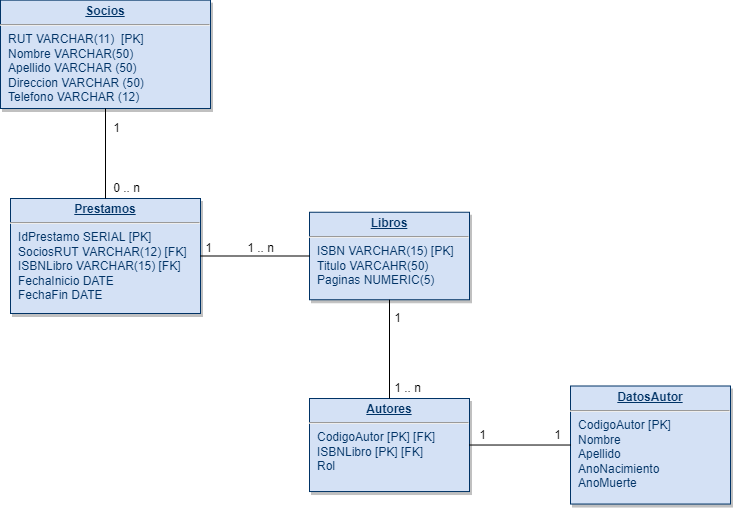
This is M7_DB/examen_modulo/Modelo Fisico.drawio.png from lmunozm1702/DesLat_M7M8, a draw.io export, as it was before one commit. Source tidied: cells renumbered, new cells last; positions are measured from the earlier drawing's top-left corner, leaving out a move shared by most shapes.
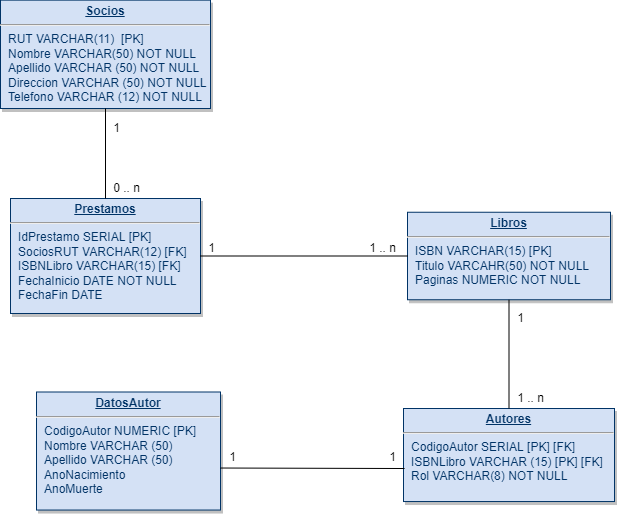
The same file after the commit.

Diff of the diagram source:
```diff
@@ -2,20 +2,20 @@
   <root>
     <mxCell id="0" />
     <mxCell id="1" parent="0" />
-    <mxCell id="2" value="&lt;p style=&quot;margin: 0px; margin-top: 4px; text-align: center; text-decoration: underline;&quot;&gt;&lt;b&gt;Libros&lt;/b&gt;&lt;/p&gt;&lt;hr&gt;&lt;p style=&quot;margin: 0px; margin-left: 8px;&quot;&gt;ISBN VARCHAR(15) [PK]&lt;/p&gt;&lt;p style=&quot;margin: 0px; margin-left: 8px;&quot;&gt;Titulo VARCAHR(50)&lt;/p&gt;&lt;p style=&quot;margin: 0px; margin-left: 8px;&quot;&gt;Paginas NUMERIC(5)&lt;/p&gt;" style="verticalAlign=top;align=left;overflow=fill;fontSize=12;fontFamily=Helvetica;html=1;strokeColor=#003366;shadow=1;fillColor=#D4E1F5;fontColor=#003366;" parent="1" vertex="1">
-      <mxGeometry x="309" y="211.8" width="160" height="87.5" as="geometry" />
+    <mxCell id="2" value="&lt;p style=&quot;margin: 0px; margin-top: 4px; text-align: center; text-decoration: underline;&quot;&gt;&lt;b&gt;Libros&lt;/b&gt;&lt;/p&gt;&lt;hr&gt;&lt;p style=&quot;margin: 0px; margin-left: 8px;&quot;&gt;ISBN VARCHAR(15) [PK]&lt;/p&gt;&lt;p style=&quot;margin: 0px; margin-left: 8px;&quot;&gt;Titulo VARCAHR(50) NOT NULL&lt;/p&gt;&lt;p style=&quot;margin: 0px; margin-left: 8px;&quot;&gt;Paginas NUMERIC NOT NULL&lt;/p&gt;" style="verticalAlign=top;align=left;overflow=fill;fontSize=12;fontFamily=Helvetica;html=1;strokeColor=#003366;shadow=1;fillColor=#D4E1F5;fontColor=#003366;" parent="1" vertex="1">
+      <mxGeometry x="407" y="211.8" width="203" height="87.5" as="geometry" />
     </mxCell>
-    <mxCell id="3" value="&lt;p style=&quot;margin: 0px; margin-top: 4px; text-align: center; text-decoration: underline;&quot;&gt;&lt;strong&gt;Prestamos&lt;/strong&gt;&lt;/p&gt;&lt;hr&gt;&lt;p style=&quot;margin: 0px; margin-left: 8px;&quot;&gt;IdPrestamo SERIAL [PK]&lt;/p&gt;&lt;p style=&quot;margin: 0px; margin-left: 8px;&quot;&gt;SociosRUT VARCHAR(12) [FK]&lt;/p&gt;&lt;p style=&quot;margin: 0px; margin-left: 8px;&quot;&gt;ISBNLibro VARCHAR(15) [FK]&lt;/p&gt;&lt;p style=&quot;margin: 0px; margin-left: 8px;&quot;&gt;FechaInicio DATE&lt;/p&gt;&lt;p style=&quot;margin: 0px; margin-left: 8px;&quot;&gt;FechaFin DATE&lt;/p&gt;" style="verticalAlign=top;align=left;overflow=fill;fontSize=12;fontFamily=Helvetica;html=1;strokeColor=#003366;shadow=1;fillColor=#D4E1F5;fontColor=#003366;" parent="1" vertex="1">
+    <mxCell id="3" value="&lt;p style=&quot;margin: 0px; margin-top: 4px; text-align: center; text-decoration: underline;&quot;&gt;&lt;strong&gt;Prestamos&lt;/strong&gt;&lt;/p&gt;&lt;hr&gt;&lt;p style=&quot;margin: 0px; margin-left: 8px;&quot;&gt;IdPrestamo SERIAL [PK]&lt;/p&gt;&lt;p style=&quot;margin: 0px; margin-left: 8px;&quot;&gt;SociosRUT VARCHAR(12) [FK]&lt;/p&gt;&lt;p style=&quot;margin: 0px; margin-left: 8px;&quot;&gt;ISBNLibro VARCHAR(15) [FK]&lt;/p&gt;&lt;p style=&quot;margin: 0px; margin-left: 8px;&quot;&gt;FechaInicio DATE NOT NULL&lt;/p&gt;&lt;p style=&quot;margin: 0px; margin-left: 8px;&quot;&gt;FechaFin DATE&lt;/p&gt;" style="verticalAlign=top;align=left;overflow=fill;fontSize=12;fontFamily=Helvetica;html=1;strokeColor=#003366;shadow=1;fillColor=#D4E1F5;fontColor=#003366;" parent="1" vertex="1">
       <mxGeometry x="10" y="198" width="190" height="115" as="geometry" />
     </mxCell>
-    <mxCell id="4" value="&lt;p style=&quot;margin: 0px; margin-top: 4px; text-align: center; text-decoration: underline;&quot;&gt;&lt;strong&gt;Autores&lt;/strong&gt;&lt;/p&gt;&lt;hr&gt;&lt;p style=&quot;margin: 0px; margin-left: 8px;&quot;&gt;&lt;span style=&quot;background-color: initial;&quot;&gt;CodigoAutor [PK] [FK]&lt;/span&gt;&lt;br&gt;&lt;/p&gt;&lt;p style=&quot;margin: 0px; margin-left: 8px;&quot;&gt;&lt;span style=&quot;background-color: initial;&quot;&gt;ISBNLibro [PK] [FK]&lt;/span&gt;&lt;/p&gt;&lt;p style=&quot;margin: 0px; margin-left: 8px;&quot;&gt;Rol&lt;/p&gt;" style="verticalAlign=top;align=left;overflow=fill;fontSize=12;fontFamily=Helvetica;html=1;strokeColor=#003366;shadow=1;fillColor=#D4E1F5;fontColor=#003366;" parent="1" vertex="1">
-      <mxGeometry x="309" y="398" width="160" height="93" as="geometry" />
+    <mxCell id="4" value="&lt;p style=&quot;margin: 0px; margin-top: 4px; text-align: center; text-decoration: underline;&quot;&gt;&lt;strong&gt;Autores&lt;/strong&gt;&lt;/p&gt;&lt;hr&gt;&lt;p style=&quot;margin: 0px; margin-left: 8px;&quot;&gt;&lt;span style=&quot;background-color: initial;&quot;&gt;CodigoAutor SERIAL [PK] [FK]&lt;/span&gt;&lt;br&gt;&lt;/p&gt;&lt;p style=&quot;margin: 0px; margin-left: 8px;&quot;&gt;&lt;span style=&quot;background-color: initial;&quot;&gt;ISBNLibro VARCHAR (15) [PK] [FK]&lt;/span&gt;&lt;/p&gt;&lt;p style=&quot;margin: 0px; margin-left: 8px;&quot;&gt;Rol VARCHAR(8) NOT NULL&lt;/p&gt;" style="verticalAlign=top;align=left;overflow=fill;fontSize=12;fontFamily=Helvetica;html=1;strokeColor=#003366;shadow=1;fillColor=#D4E1F5;fontColor=#003366;" parent="1" vertex="1">
+      <mxGeometry x="403" y="408" width="211" height="93" as="geometry" />
     </mxCell>
-    <mxCell id="5" value="&lt;p style=&quot;margin: 0px; margin-top: 4px; text-align: center; text-decoration: underline;&quot;&gt;&lt;strong&gt;Socios&lt;/strong&gt;&lt;/p&gt;&lt;hr&gt;&lt;p style=&quot;margin: 0px; margin-left: 8px;&quot;&gt;RUT VARCHAR(11)&amp;nbsp; [PK]&lt;/p&gt;&lt;p style=&quot;margin: 0px; margin-left: 8px;&quot;&gt;Nombre VARCHAR(50)&lt;/p&gt;&lt;p style=&quot;margin: 0px; margin-left: 8px;&quot;&gt;Apellido VARCHAR (50)&lt;/p&gt;&lt;p style=&quot;margin: 0px; margin-left: 8px;&quot;&gt;Direccion VARCHAR (50)&lt;/p&gt;&lt;p style=&quot;margin: 0px; margin-left: 8px;&quot;&gt;Telefono VARCHAR (12)&lt;/p&gt;" style="verticalAlign=top;align=left;overflow=fill;fontSize=12;fontFamily=Helvetica;html=1;strokeColor=#003366;shadow=1;fillColor=#D4E1F5;fontColor=#003366;" parent="1" vertex="1">
+    <mxCell id="5" value="&lt;p style=&quot;margin: 0px; margin-top: 4px; text-align: center; text-decoration: underline;&quot;&gt;&lt;strong&gt;Socios&lt;/strong&gt;&lt;/p&gt;&lt;hr&gt;&lt;p style=&quot;margin: 0px; margin-left: 8px;&quot;&gt;RUT VARCHAR(11)&amp;nbsp; [PK]&lt;/p&gt;&lt;p style=&quot;margin: 0px; margin-left: 8px;&quot;&gt;Nombre VARCHAR(50) NOT NULL&lt;/p&gt;&lt;p style=&quot;margin: 0px; margin-left: 8px;&quot;&gt;Apellido VARCHAR (50) NOT NULL&lt;/p&gt;&lt;p style=&quot;margin: 0px; margin-left: 8px;&quot;&gt;Direccion VARCHAR (50) NOT NULL&lt;/p&gt;&lt;p style=&quot;margin: 0px; margin-left: 8px;&quot;&gt;Telefono VARCHAR (12) NOT NULL&lt;/p&gt;" style="verticalAlign=top;align=left;overflow=fill;fontSize=12;fontFamily=Helvetica;html=1;strokeColor=#003366;shadow=1;fillColor=#D4E1F5;fontColor=#003366;" parent="1" vertex="1">
       <mxGeometry y="-0.4" width="210" height="108.4" as="geometry" />
     </mxCell>
-    <mxCell id="6" value="&lt;p style=&quot;margin: 0px; margin-top: 4px; text-align: center; text-decoration: underline;&quot;&gt;&lt;b&gt;DatosAutor&lt;/b&gt;&lt;/p&gt;&lt;hr&gt;&lt;p style=&quot;margin: 0px; margin-left: 8px;&quot;&gt;CodigoAutor [PK]&amp;nbsp;&lt;/p&gt;&lt;p style=&quot;margin: 0px; margin-left: 8px;&quot;&gt;Nombre&lt;/p&gt;&lt;p style=&quot;margin: 0px; margin-left: 8px;&quot;&gt;Apellido&lt;/p&gt;&lt;p style=&quot;margin: 0px; margin-left: 8px;&quot;&gt;AnoNacimiento&lt;/p&gt;&lt;p style=&quot;margin: 0px; margin-left: 8px;&quot;&gt;AnoMuerte&lt;/p&gt;" style="verticalAlign=top;align=left;overflow=fill;fontSize=12;fontFamily=Helvetica;html=1;strokeColor=#003366;shadow=1;fillColor=#D4E1F5;fontColor=#003366;" parent="1" vertex="1">
-      <mxGeometry x="570" y="385.5" width="160" height="118" as="geometry" />
+    <mxCell id="6" value="&lt;p style=&quot;margin: 0px; margin-top: 4px; text-align: center; text-decoration: underline;&quot;&gt;&lt;b&gt;DatosAutor&lt;/b&gt;&lt;/p&gt;&lt;hr&gt;&lt;p style=&quot;margin: 0px; margin-left: 8px;&quot;&gt;CodigoAutor NUMERIC [PK]&amp;nbsp;&lt;/p&gt;&lt;p style=&quot;margin: 0px; margin-left: 8px;&quot;&gt;Nombre VARCHAR (50)&lt;/p&gt;&lt;p style=&quot;margin: 0px; margin-left: 8px;&quot;&gt;Apellido VARCHAR (50)&lt;/p&gt;&lt;p style=&quot;margin: 0px; margin-left: 8px;&quot;&gt;AnoNacimiento&amp;nbsp;&lt;/p&gt;&lt;p style=&quot;margin: 0px; margin-left: 8px;&quot;&gt;AnoMuerte&lt;/p&gt;" style="verticalAlign=top;align=left;overflow=fill;fontSize=12;fontFamily=Helvetica;html=1;strokeColor=#003366;shadow=1;fillColor=#D4E1F5;fontColor=#003366;" parent="1" vertex="1">
+      <mxGeometry x="36" y="391.5" width="184" height="118" as="geometry" />
     </mxCell>
     <mxCell id="7" style="endArrow=none;html=1;rounded=0;entryX=0.5;entryY=1;entryDx=0;entryDy=0;exitX=0.5;exitY=0;exitDx=0;exitDy=0;" parent="1" edge="1" source="3" target="5">
       <mxGeometry relative="1" as="geometry" />
@@ -30,28 +30,28 @@
       <mxGeometry relative="1" as="geometry" />
     </mxCell>
     <mxCell id="11" value="1" style="text;html=1;align=center;verticalAlign=middle;strokeColor=none;fillColor=none;" parent="1" vertex="1">
-      <mxGeometry x="198" y="238" width="20" height="20" as="geometry" />
+      <mxGeometry x="201" y="238" width="20" height="20" as="geometry" />
     </mxCell>
     <mxCell id="12" value="1 .. n" style="text;html=1;align=center;verticalAlign=middle;strokeColor=none;fillColor=none;" parent="1" vertex="1">
-      <mxGeometry x="240" y="238" width="40" height="20" as="geometry" />
+      <mxGeometry x="362" y="238" width="40" height="20" as="geometry" />
     </mxCell>
     <mxCell id="13" style="endArrow=none;html=1;rounded=0;entryX=0.5;entryY=1;entryDx=0;entryDy=0;exitX=0.5;exitY=0;exitDx=0;exitDy=0;" parent="1" edge="1" source="4" target="2">
       <mxGeometry relative="1" as="geometry" />
     </mxCell>
     <mxCell id="14" value="1" style="text;html=1;align=center;verticalAlign=middle;strokeColor=none;fillColor=none;" parent="1" vertex="1">
-      <mxGeometry x="387" y="308" width="20" height="20" as="geometry" />
+      <mxGeometry x="510" y="308" width="20" height="20" as="geometry" />
     </mxCell>
     <mxCell id="15" value="1 .. n" style="text;html=1;align=center;verticalAlign=middle;strokeColor=none;fillColor=none;" parent="1" vertex="1">
-      <mxGeometry x="387" y="378" width="40" height="20" as="geometry" />
+      <mxGeometry x="510" y="388" width="40" height="20" as="geometry" />
     </mxCell>
-    <mxCell id="16" style="endArrow=none;html=1;rounded=0;exitX=1;exitY=0.5;exitDx=0;exitDy=0;entryX=0;entryY=0.5;entryDx=0;entryDy=0;" parent="1" edge="1" source="4" target="6">
+    <mxCell id="16" style="endArrow=none;html=1;rounded=0;exitX=0.005;exitY=0.645;exitDx=0;exitDy=0;entryX=1;entryY=0.644;entryDx=0;entryDy=0;exitPerimeter=0;entryPerimeter=0;" parent="1" edge="1" source="4" target="6">
       <mxGeometry relative="1" as="geometry" />
     </mxCell>
     <mxCell id="17" value="1" style="text;html=1;align=center;verticalAlign=middle;strokeColor=none;fillColor=none;" parent="1" vertex="1">
-      <mxGeometry x="472" y="425" width="20" height="20" as="geometry" />
+      <mxGeometry x="222" y="447" width="20" height="20" as="geometry" />
     </mxCell>
     <mxCell id="18" value="1" style="text;html=1;align=center;verticalAlign=middle;strokeColor=none;fillColor=none;" parent="1" vertex="1">
-      <mxGeometry x="547" y="425" width="20" height="20" as="geometry" />
+      <mxGeometry x="382" y="447" width="20" height="20" as="geometry" />
     </mxCell>
   </root>
 </mxGraphModel>
```
